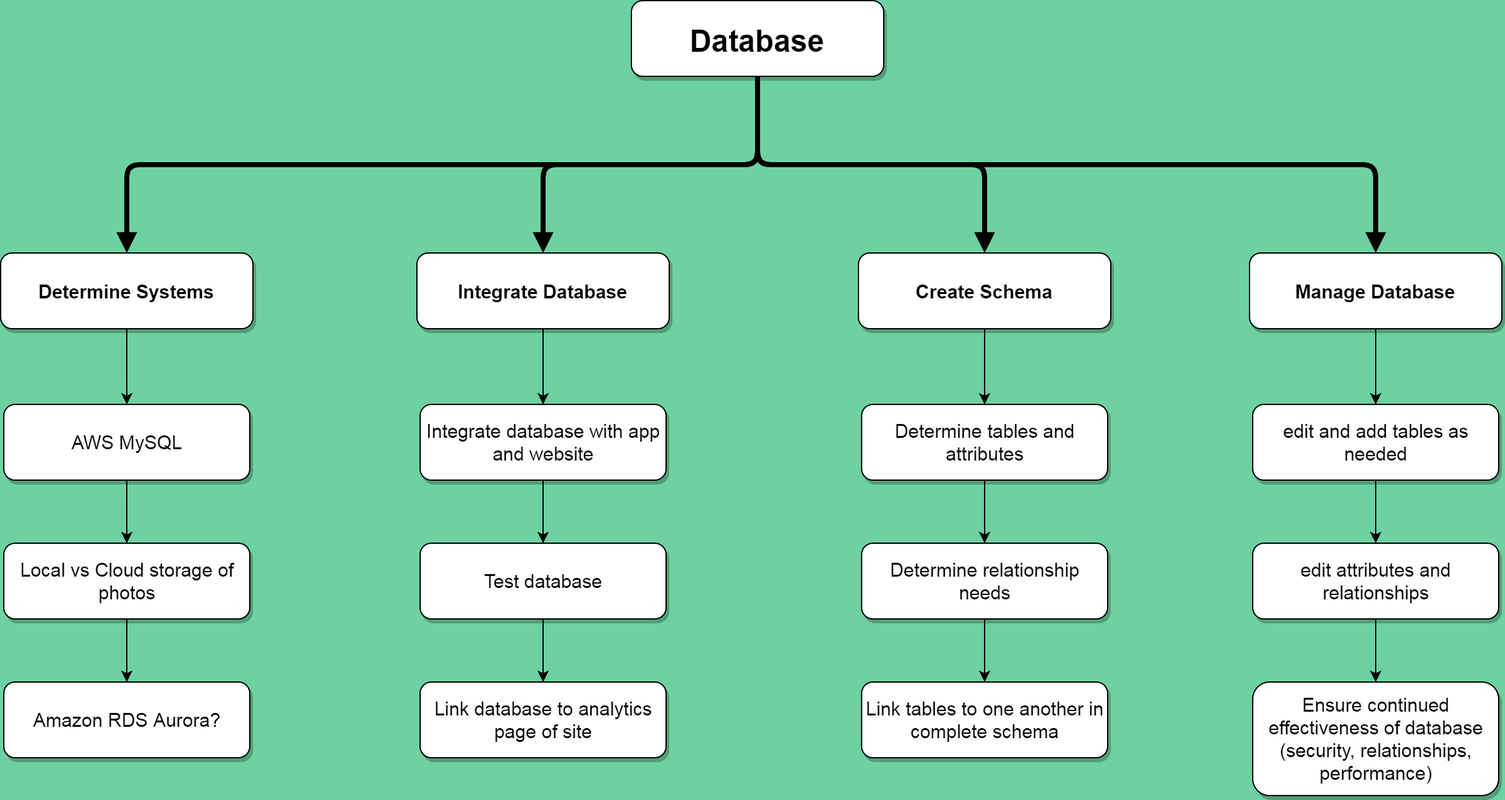
Above: website/deliverables/WorkBreakdownStructure_8.0-Database.png in LP-76/load.in (draw.io), before the change. Source tidied: cells renumbered, new cells last; positions are measured from the earlier drawing's top-left corner, leaving out a move shared by most shapes.
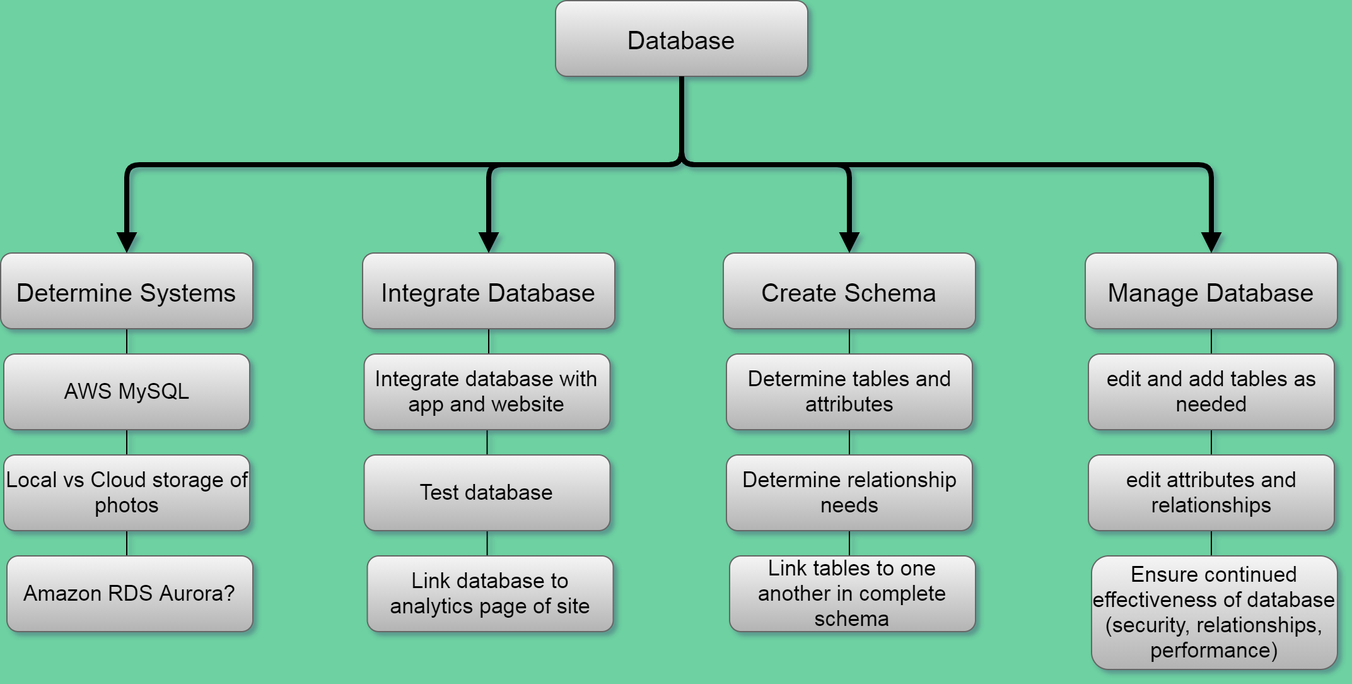
After the change.

Commit message:
changes to work breakdown structure diagrams

What changed in the source:
```diff
@@ -1,36 +1,36 @@
-<mxGraphModel background="#6DD1A1">
+<mxGraphModel background="#6DD1A1" shadow="1">
   <root>
     <mxCell id="0" />
     <mxCell id="1" parent="0" />
-    <mxCell id="2" value="Database" style="rounded=1;shadow=1;fontStyle=1;fontSize=24;labelBackgroundColor=none;fillColor=#FFFFFF;" parent="1" vertex="1">
+    <mxCell id="2" value="Database" style="rounded=1;fontSize=20;labelBackgroundColor=none;fillColor=#f5f5f5;strokeColor=#666666;gradientColor=#b3b3b3;" parent="1" vertex="1">
       <mxGeometry x="500" width="200" height="60" as="geometry" />
     </mxCell>
-    <mxCell id="3" style="edgeStyle=orthogonalEdgeStyle;rounded=0;jettySize=auto;html=1;entryX=0.5;entryY=0;entryDx=0;entryDy=0;" parent="1" edge="1" source="4" target="18">
+    <mxCell id="3" style="edgeStyle=orthogonalEdgeStyle;rounded=0;jettySize=auto;html=1;entryX=0.5;entryY=0;entryDx=0;entryDy=0;endFill=0;endArrow=none;" parent="1" edge="1" source="4" target="18">
       <mxGeometry relative="1" as="geometry" />
     </mxCell>
-    <mxCell id="4" value="Determine Systems" style="rounded=1;shadow=1;fontStyle=1;fontSize=15;fillColor=#FFFFFF;" parent="1" vertex="1">
-      <mxGeometry y="200" width="200" height="60" as="geometry" />
+    <mxCell id="4" value="Determine Systems" style="rounded=1;fontSize=20;fillColor=#f5f5f5;strokeColor=#666666;gradientColor=#b3b3b3;" parent="1" vertex="1">
+      <mxGeometry x="60" y="200" width="200" height="60" as="geometry" />
     </mxCell>
     <mxCell id="5" style="edgeStyle=elbowEdgeStyle;elbow=vertical;strokeWidth=4;endArrow=block;endFill=1;fontStyle=1;exitX=0.5;exitY=1;exitDx=0;exitDy=0;" parent="1" edge="1" source="2" target="4">
       <mxGeometry x="-168" y="1590" as="geometry" />
     </mxCell>
-    <mxCell id="6" style="edgeStyle=orthogonalEdgeStyle;rounded=0;jettySize=auto;html=1;entryX=0.5;entryY=0;entryDx=0;entryDy=0;" parent="1" edge="1" source="7" target="22">
+    <mxCell id="6" style="edgeStyle=orthogonalEdgeStyle;rounded=0;jettySize=auto;html=1;entryX=0.5;entryY=0;entryDx=0;entryDy=0;endFill=0;endArrow=none;" parent="1" edge="1" source="7" target="22">
       <mxGeometry relative="1" as="geometry" />
     </mxCell>
-    <mxCell id="7" value="Create Schema" style="rounded=1;shadow=1;fontStyle=1;fontSize=15;fillColor=#FFFFFF;" parent="1" vertex="1">
-      <mxGeometry x="680" y="200" width="200" height="60" as="geometry" />
+    <mxCell id="7" value="Create Schema" style="rounded=1;fontSize=20;fillColor=#f5f5f5;strokeColor=#666666;gradientColor=#b3b3b3;" parent="1" vertex="1">
+      <mxGeometry x="633" y="200" width="200" height="60" as="geometry" />
     </mxCell>
-    <mxCell id="8" style="edgeStyle=orthogonalEdgeStyle;rounded=0;jettySize=auto;html=1;" parent="1" edge="1" source="9" target="16">
+    <mxCell id="8" style="edgeStyle=orthogonalEdgeStyle;rounded=0;jettySize=auto;html=1;endFill=0;endArrow=none;" parent="1" edge="1" source="9" target="16">
       <mxGeometry relative="1" as="geometry" />
     </mxCell>
-    <mxCell id="9" value="Manage Database" style="rounded=1;shadow=1;fontStyle=1;fontSize=15;fillColor=#FFFFFF;" parent="1" vertex="1">
-      <mxGeometry x="990" y="200" width="200" height="60" as="geometry" />
+    <mxCell id="9" value="Manage Database" style="rounded=1;fontSize=20;fillColor=#f5f5f5;strokeColor=#666666;gradientColor=#b3b3b3;" parent="1" vertex="1">
+      <mxGeometry x="920" y="200" width="200" height="60" as="geometry" />
     </mxCell>
-    <mxCell id="10" style="edgeStyle=orthogonalEdgeStyle;rounded=0;jettySize=auto;html=1;entryX=0.5;entryY=0;entryDx=0;entryDy=0;" parent="1" edge="1" source="11" target="20">
+    <mxCell id="10" style="edgeStyle=orthogonalEdgeStyle;rounded=0;jettySize=auto;html=1;entryX=0.5;entryY=0;entryDx=0;entryDy=0;endFill=0;endArrow=none;" parent="1" edge="1" source="11" target="20">
       <mxGeometry relative="1" as="geometry" />
     </mxCell>
-    <mxCell id="11" value="Integrate Database" style="rounded=1;shadow=1;fontStyle=1;fontSize=15;fillColor=#FFFFFF;" parent="1" vertex="1">
-      <mxGeometry x="330" y="200" width="200" height="60" as="geometry" />
+    <mxCell id="11" value="Integrate Database" style="rounded=1;fontSize=20;fillColor=#f5f5f5;strokeColor=#666666;gradientColor=#b3b3b3;" parent="1" vertex="1">
+      <mxGeometry x="347" y="200" width="200" height="60" as="geometry" />
     </mxCell>
     <mxCell id="12" style="edgeStyle=elbowEdgeStyle;elbow=vertical;strokeWidth=4;endArrow=block;endFill=1;fontStyle=1;exitX=0.5;exitY=1;exitDx=0;exitDy=0;entryX=0.5;entryY=0;entryDx=0;entryDy=0;" parent="1" edge="1" source="2" target="11">
       <mxGeometry x="-118" y="1650" as="geometry" />
@@ -41,65 +41,65 @@
     <mxCell id="14" style="edgeStyle=elbowEdgeStyle;elbow=vertical;strokeWidth=4;endArrow=block;endFill=1;fontStyle=1;exitX=0.5;exitY=1;exitDx=0;exitDy=0;entryX=0.5;entryY=0;entryDx=0;entryDy=0;" parent="1" edge="1" source="2" target="9">
       <mxGeometry x="262" y="1620" as="geometry" />
     </mxCell>
-    <mxCell id="15" style="edgeStyle=orthogonalEdgeStyle;rounded=0;jettySize=auto;html=1;" parent="1" edge="1" source="16" target="33">
+    <mxCell id="15" style="edgeStyle=orthogonalEdgeStyle;rounded=0;jettySize=auto;html=1;endFill=0;endArrow=none;" parent="1" edge="1" source="16" target="33">
       <mxGeometry relative="1" as="geometry" />
     </mxCell>
-    <mxCell id="16" value="&lt;span style=&quot;font-weight: normal&quot;&gt;edit and add tables as needed&lt;/span&gt;" style="whiteSpace=wrap;html=1;rounded=1;shadow=1;fontSize=15;fontStyle=1;fillColor=#FFFFFF;" parent="1" vertex="1">
-      <mxGeometry x="992.5" y="320" width="195" height="60" as="geometry" />
+    <mxCell id="16" value="&lt;span style=&quot;font-weight: normal&quot;&gt;edit and add tables as needed&lt;/span&gt;" style="whiteSpace=wrap;html=1;rounded=1;fontSize=17;fillColor=#f5f5f5;strokeColor=#666666;gradientColor=#b3b3b3;" parent="1" vertex="1">
+      <mxGeometry x="922.5" y="280" width="195" height="60" as="geometry" />
     </mxCell>
-    <mxCell id="17" style="edgeStyle=orthogonalEdgeStyle;rounded=0;jettySize=auto;html=1;" parent="1" edge="1" source="18" target="24">
+    <mxCell id="17" style="edgeStyle=orthogonalEdgeStyle;rounded=0;jettySize=auto;html=1;endFill=0;endArrow=none;" parent="1" edge="1" source="18" target="24">
       <mxGeometry relative="1" as="geometry" />
     </mxCell>
-    <mxCell id="18" value="&lt;span style=&quot;font-weight: normal&quot;&gt;AWS MySQL&lt;/span&gt;" style="whiteSpace=wrap;html=1;rounded=1;shadow=1;fontSize=15;fontStyle=1;fillColor=#FFFFFF;" parent="1" vertex="1">
-      <mxGeometry x="2.5" y="320" width="195" height="60" as="geometry" />
+    <mxCell id="18" value="&lt;span style=&quot;font-weight: normal&quot;&gt;AWS MySQL&lt;/span&gt;" style="whiteSpace=wrap;html=1;rounded=1;fontSize=17;fillColor=#f5f5f5;strokeColor=#666666;gradientColor=#b3b3b3;" parent="1" vertex="1">
+      <mxGeometry x="62.5" y="280" width="195" height="60" as="geometry" />
     </mxCell>
-    <mxCell id="19" style="edgeStyle=orthogonalEdgeStyle;rounded=0;jettySize=auto;html=1;" parent="1" edge="1" source="20" target="27">
+    <mxCell id="19" style="edgeStyle=orthogonalEdgeStyle;rounded=0;jettySize=auto;html=1;endFill=0;endArrow=none;" parent="1" edge="1" source="20" target="27">
       <mxGeometry relative="1" as="geometry" />
     </mxCell>
-    <mxCell id="20" value="&lt;span style=&quot;font-weight: normal&quot;&gt;Integrate database with app and website&lt;/span&gt;" style="whiteSpace=wrap;html=1;rounded=1;shadow=1;fontSize=15;fontStyle=1;fillColor=#FFFFFF;" parent="1" vertex="1">
-      <mxGeometry x="332.5" y="320" width="195" height="60" as="geometry" />
+    <mxCell id="20" value="&lt;span style=&quot;font-weight: normal&quot;&gt;Integrate database with app and website&lt;/span&gt;" style="whiteSpace=wrap;html=1;rounded=1;fontSize=17;fillColor=#f5f5f5;strokeColor=#666666;gradientColor=#b3b3b3;" parent="1" vertex="1">
+      <mxGeometry x="348.2" y="280" width="195" height="60" as="geometry" />
     </mxCell>
-    <mxCell id="21" style="edgeStyle=orthogonalEdgeStyle;rounded=0;jettySize=auto;html=1;" parent="1" edge="1" source="22" target="30">
+    <mxCell id="21" style="edgeStyle=orthogonalEdgeStyle;rounded=0;jettySize=auto;html=1;endFill=0;endArrow=none;" parent="1" edge="1" source="22" target="30">
       <mxGeometry relative="1" as="geometry" />
     </mxCell>
-    <mxCell id="22" value="&lt;span style=&quot;font-weight: normal&quot;&gt;Determine tables and attributes&lt;/span&gt;&lt;span style=&quot;color: rgba(0 , 0 , 0 , 0) ; font-family: monospace ; font-size: 0px ; font-weight: 400&quot;&gt;%3CmxGraphModel%3E%3Croot%3E%3CmxCell%20id%3D%220%22%2F%3E%3CmxCell%20id%3D%221%22%20parent%3D%220%22%2F%3E%3CmxCell%20id%3D%222%22%20value%3D%22%26lt%3Bspan%20style%3D%26quot%3Bfont-weight%3A%20normal%26quot%3B%26gt%3BAWS%20MySQL%26lt%3B%2Fspan%26gt%3B%22%20style%3D%22whiteSpace%3Dwrap%3Bhtml%3D1%3Brounded%3D1%3Bshadow%3D1%3BfontSize%3D15%3BfontStyle%3D1%3BfillColor%3D%23FFFFFF%3B%22%20vertex%3D%221%22%20parent%3D%221%22%3E%3CmxGeometry%20x%3D%22182.5%22%20y%3D%222010%22%20width%3D%22195%22%20height%3D%2260%22%20as%3D%22geometry%22%2F%3E%3C%2FmxCell%3E%3C%2Froot%3E%3C%2FmxGraphModel%3E&lt;/span&gt;" style="whiteSpace=wrap;html=1;rounded=1;shadow=1;fontSize=15;fontStyle=1;fillColor=#FFFFFF;" parent="1" vertex="1">
-      <mxGeometry x="682.5" y="320" width="195" height="60" as="geometry" />
+    <mxCell id="22" value="&lt;span style=&quot;font-weight: normal&quot;&gt;Determine tables and attributes&lt;/span&gt;&lt;span style=&quot;color: rgba(0 , 0 , 0 , 0) ; font-family: monospace ; font-size: 0px ; font-weight: 400&quot;&gt;%3CmxGraphModel%3E%3Croot%3E%3CmxCell%20id%3D%220%22%2F%3E%3CmxCell%20id%3D%221%22%20parent%3D%220%22%2F%3E%3CmxCell%20id%3D%222%22%20value%3D%22%26lt%3Bspan%20style%3D%26quot%3Bfont-weight%3A%20normal%26quot%3B%26gt%3BAWS%20MySQL%26lt%3B%2Fspan%26gt%3B%22%20style%3D%22whiteSpace%3Dwrap%3Bhtml%3D1%3Brounded%3D1%3Bshadow%3D1%3BfontSize%3D15%3BfontStyle%3D1%3BfillColor%3D%23FFFFFF%3B%22%20vertex%3D%221%22%20parent%3D%221%22%3E%3CmxGeometry%20x%3D%22182.5%22%20y%3D%222010%22%20width%3D%22195%22%20height%3D%2260%22%20as%3D%22geometry%22%2F%3E%3C%2FmxCell%3E%3C%2Froot%3E%3C%2FmxGraphModel%3E&lt;/span&gt;" style="whiteSpace=wrap;html=1;rounded=1;fontSize=17;fillColor=#f5f5f5;strokeColor=#666666;gradientColor=#b3b3b3;" parent="1" vertex="1">
+      <mxGeometry x="635.5" y="280" width="195" height="60" as="geometry" />
     </mxCell>
-    <mxCell id="23" style="edgeStyle=orthogonalEdgeStyle;rounded=0;jettySize=auto;html=1;" parent="1" edge="1" source="24" target="25">
+    <mxCell id="23" style="edgeStyle=orthogonalEdgeStyle;rounded=0;jettySize=auto;html=1;endFill=0;endArrow=none;" parent="1" edge="1" source="24" target="25">
       <mxGeometry relative="1" as="geometry" />
     </mxCell>
-    <mxCell id="24" value="&lt;span style=&quot;font-weight: normal&quot;&gt;Local vs Cloud storage of photos&lt;/span&gt;" style="whiteSpace=wrap;html=1;rounded=1;shadow=1;fontSize=15;fontStyle=1;fillColor=#FFFFFF;" parent="1" vertex="1">
-      <mxGeometry x="2.5" y="430" width="195" height="60" as="geometry" />
+    <mxCell id="24" value="&lt;span style=&quot;font-weight: normal&quot;&gt;Local vs Cloud storage of photos&lt;/span&gt;" style="whiteSpace=wrap;html=1;rounded=1;fontSize=17;fillColor=#f5f5f5;strokeColor=#666666;gradientColor=#b3b3b3;" parent="1" vertex="1">
+      <mxGeometry x="62.5" y="360" width="195" height="60" as="geometry" />
     </mxCell>
-    <mxCell id="25" value="&lt;span style=&quot;font-weight: 400&quot;&gt;Amazon RDS Aurora?&lt;/span&gt;" style="whiteSpace=wrap;html=1;rounded=1;shadow=1;fontSize=15;fontStyle=1;fillColor=#FFFFFF;" parent="1" vertex="1">
-      <mxGeometry x="2.5" y="540" width="195" height="60" as="geometry" />
+    <mxCell id="25" value="&lt;span style=&quot;font-weight: 400&quot;&gt;Amazon RDS Aurora?&lt;/span&gt;" style="whiteSpace=wrap;html=1;rounded=1;fontSize=17;fillColor=#f5f5f5;strokeColor=#666666;gradientColor=#b3b3b3;" parent="1" vertex="1">
+      <mxGeometry x="65" y="440" width="195" height="60" as="geometry" />
     </mxCell>
-    <mxCell id="26" style="edgeStyle=orthogonalEdgeStyle;rounded=0;jettySize=auto;html=1;" parent="1" edge="1" source="27" target="28">
+    <mxCell id="26" style="edgeStyle=orthogonalEdgeStyle;rounded=0;jettySize=auto;html=1;endFill=0;endArrow=none;" parent="1" edge="1" source="27" target="28">
       <mxGeometry relative="1" as="geometry" />
     </mxCell>
-    <mxCell id="27" value="&lt;span style=&quot;font-weight: normal&quot;&gt;Test database&lt;/span&gt;" style="whiteSpace=wrap;html=1;rounded=1;shadow=1;fontSize=15;fontStyle=1;fillColor=#FFFFFF;" parent="1" vertex="1">
-      <mxGeometry x="332.5" y="430" width="195" height="60" as="geometry" />
+    <mxCell id="27" value="&lt;span style=&quot;font-weight: normal&quot;&gt;Test database&lt;/span&gt;" style="whiteSpace=wrap;html=1;rounded=1;fontSize=17;fillColor=#f5f5f5;strokeColor=#666666;gradientColor=#b3b3b3;" parent="1" vertex="1">
+      <mxGeometry x="348.2" y="360" width="195" height="60" as="geometry" />
     </mxCell>
-    <mxCell id="28" value="&lt;span style=&quot;font-weight: normal&quot;&gt;Link database to analytics page of site&lt;/span&gt;" style="whiteSpace=wrap;html=1;rounded=1;shadow=1;fontSize=15;fontStyle=1;fillColor=#FFFFFF;" parent="1" vertex="1">
-      <mxGeometry x="332.5" y="540" width="195" height="60" as="geometry" />
+    <mxCell id="28" value="&lt;span style=&quot;font-weight: normal&quot;&gt;Link database to analytics page of site&lt;/span&gt;" style="whiteSpace=wrap;html=1;rounded=1;fontSize=17;fillColor=#f5f5f5;strokeColor=#666666;gradientColor=#b3b3b3;" parent="1" vertex="1">
+      <mxGeometry x="350.8" y="440" width="195" height="60" as="geometry" />
     </mxCell>
-    <mxCell id="29" style="edgeStyle=orthogonalEdgeStyle;rounded=0;jettySize=auto;html=1;" parent="1" edge="1" source="30" target="31">
+    <mxCell id="29" style="edgeStyle=orthogonalEdgeStyle;rounded=0;jettySize=auto;html=1;endFill=0;endArrow=none;" parent="1" edge="1" source="30" target="31">
       <mxGeometry relative="1" as="geometry" />
     </mxCell>
-    <mxCell id="30" value="&lt;span style=&quot;font-weight: normal&quot;&gt;Determine relationship needs&lt;/span&gt;" style="whiteSpace=wrap;html=1;rounded=1;shadow=1;fontSize=15;fontStyle=1;fillColor=#FFFFFF;" parent="1" vertex="1">
-      <mxGeometry x="682.5" y="430" width="195" height="60" as="geometry" />
+    <mxCell id="30" value="&lt;span style=&quot;font-weight: normal&quot;&gt;Determine relationship needs&lt;/span&gt;" style="whiteSpace=wrap;html=1;rounded=1;fontSize=17;fillColor=#f5f5f5;strokeColor=#666666;gradientColor=#b3b3b3;" parent="1" vertex="1">
+      <mxGeometry x="635.5" y="360" width="195" height="60" as="geometry" />
     </mxCell>
-    <mxCell id="31" value="&lt;span style=&quot;font-weight: 400&quot;&gt;Link tables to one another in complete schema&lt;/span&gt;" style="whiteSpace=wrap;html=1;rounded=1;shadow=1;fontSize=15;fontStyle=1;fillColor=#FFFFFF;" parent="1" vertex="1">
-      <mxGeometry x="682.5" y="540" width="195" height="60" as="geometry" />
+    <mxCell id="31" value="&lt;span style=&quot;font-weight: 400&quot;&gt;Link tables to one another in complete schema&lt;/span&gt;" style="whiteSpace=wrap;html=1;rounded=1;fontSize=17;fillColor=#f5f5f5;strokeColor=#666666;gradientColor=#b3b3b3;" parent="1" vertex="1">
+      <mxGeometry x="638" y="440" width="195" height="60" as="geometry" />
     </mxCell>
-    <mxCell id="32" style="edgeStyle=orthogonalEdgeStyle;rounded=0;jettySize=auto;html=1;" parent="1" edge="1" source="33" target="34">
+    <mxCell id="32" style="edgeStyle=orthogonalEdgeStyle;rounded=0;jettySize=auto;html=1;endFill=0;endArrow=none;" parent="1" edge="1" source="33" target="34">
       <mxGeometry relative="1" as="geometry" />
     </mxCell>
-    <mxCell id="33" value="&lt;span style=&quot;font-weight: 400&quot;&gt;edit attributes and relationships&lt;/span&gt;" style="whiteSpace=wrap;html=1;rounded=1;shadow=1;fontSize=15;fontStyle=1;fillColor=#FFFFFF;" parent="1" vertex="1">
-      <mxGeometry x="992.5" y="430" width="195" height="60" as="geometry" />
+    <mxCell id="33" value="&lt;span style=&quot;font-weight: 400&quot;&gt;edit attributes and relationships&lt;/span&gt;" style="whiteSpace=wrap;html=1;rounded=1;fontSize=17;fillColor=#f5f5f5;strokeColor=#666666;gradientColor=#b3b3b3;" parent="1" vertex="1">
+      <mxGeometry x="922.5" y="360" width="195" height="60" as="geometry" />
     </mxCell>
-    <mxCell id="34" value="&lt;span style=&quot;font-weight: normal&quot;&gt;Ensure continued effectiveness of database&lt;br&gt;(security, relationships, performance)&lt;br&gt;&lt;/span&gt;" style="whiteSpace=wrap;html=1;rounded=1;shadow=1;fontSize=15;fontStyle=1;fillColor=#FFFFFF;" parent="1" vertex="1">
-      <mxGeometry x="992.5" y="540" width="195" height="90" as="geometry" />
+    <mxCell id="34" value="&lt;span style=&quot;font-weight: normal&quot;&gt;Ensure continued effectiveness of database&lt;br&gt;(security, relationships, performance)&lt;br&gt;&lt;/span&gt;" style="whiteSpace=wrap;html=1;rounded=1;fontSize=17;fillColor=#f5f5f5;strokeColor=#666666;gradientColor=#b3b3b3;" parent="1" vertex="1">
+      <mxGeometry x="925" y="440" width="195" height="90" as="geometry" />
     </mxCell>
   </root>
 </mxGraphModel>
```
